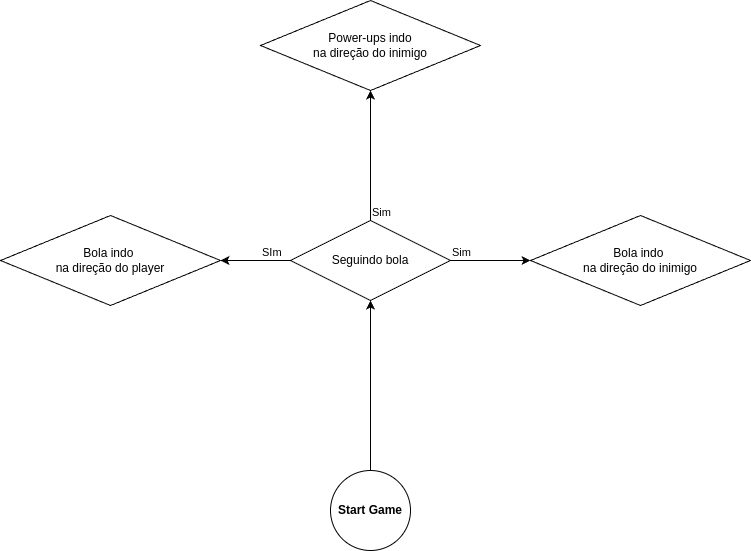
Before: FSM_diagram2.drawio.png, a diagram exported from draw.io (guiardev/Game-design-). Source tidied: cells renumbered, new cells last; positions are measured from the earlier drawing's top-left corner, leaving out a move shared by most shapes.
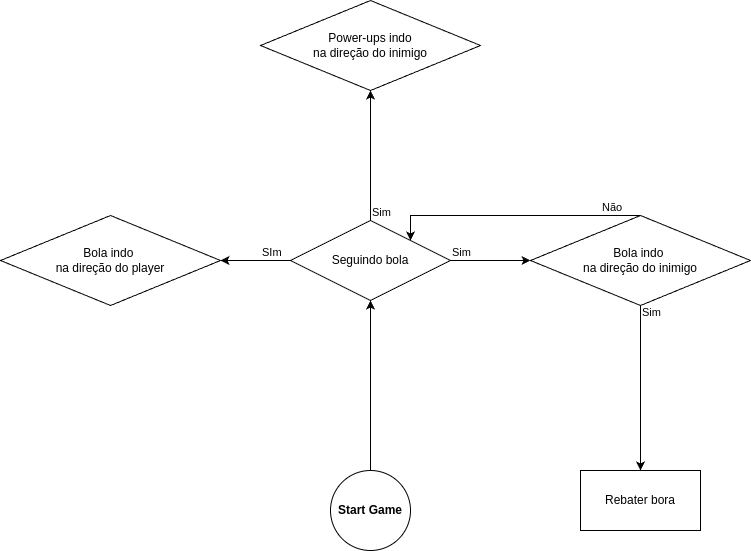
The same diagram one commit later.

What changed in the source:
```diff
@@ -40,5 +40,29 @@
     <mxCell id="13" value="Sim" style="edgeLabel;html=1;align=left;verticalAlign=bottom;" parent="12" vertex="1">
       <mxGeometry x="-1" relative="1" as="geometry" />
     </mxCell>
+    <mxCell id="14" value="Rebater bora" style="rounded=0;whiteSpace=wrap;html=1;" parent="1" vertex="1">
+      <mxGeometry x="580" y="470" width="120" height="60" as="geometry" />
+    </mxCell>
+    <mxCell id="15" style="endArrow=classic;html=1;rounded=0;exitX=0.5;exitY=1;exitDx=0;exitDy=0;entryX=0.5;entryY=0;entryDx=0;entryDy=0;" parent="1" edge="1" source="5" target="14">
+      <mxGeometry relative="1" as="geometry" />
+    </mxCell>
+    <mxCell id="16" value="Sim" style="edgeLabel;html=1;align=left;verticalAlign=bottom;" parent="15" vertex="1">
+      <mxGeometry x="-1" relative="1" as="geometry">
+        <mxPoint y="15" as="offset" />
+      </mxGeometry>
+    </mxCell>
+    <mxCell id="17" style="endArrow=classic;html=1;rounded=0;exitX=0.5;exitY=0;exitDx=0;exitDy=0;entryX=1;entryY=0;entryDx=0;entryDy=0;" parent="1" edge="1" source="5" target="3">
+      <mxGeometry relative="1" as="geometry">
+        <Array as="points">
+          <mxPoint x="510" y="215" />
+          <mxPoint x="410" y="215" />
+        </Array>
+      </mxGeometry>
+    </mxCell>
+    <mxCell id="18" value="Não" style="edgeLabel;html=1;align=left;verticalAlign=bottom;" parent="17" vertex="1">
+      <mxGeometry x="-1" relative="1" as="geometry">
+        <mxPoint x="-40" as="offset" />
+      </mxGeometry>
+    </mxCell>
   </root>
 </mxGraphModel>
```
